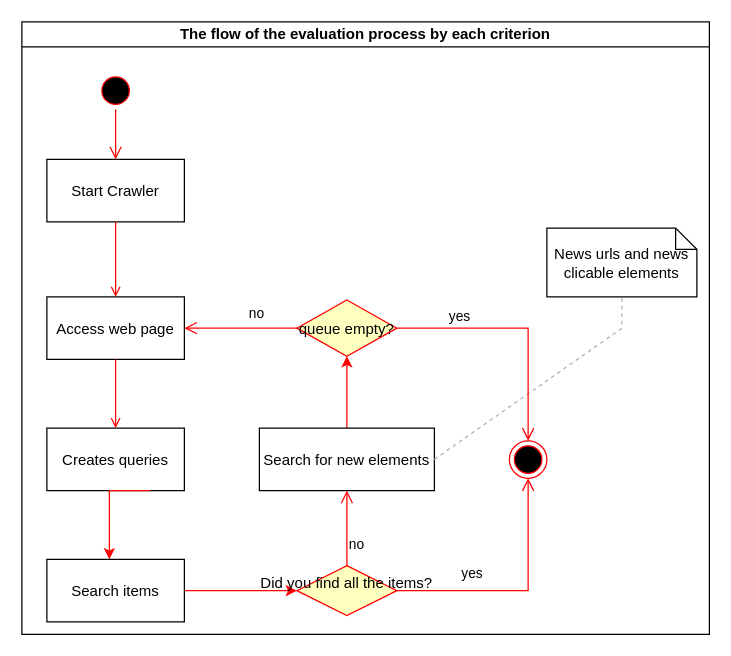
Earlier version of the draw.io diagram resources/fluxo_bfs_avaliacao.drawio (joserafael97/auditor-crawler). Source tidied: cells renumbered, new cells numbered last; positions are measured from the earlier drawing's top-left corner, leaving out a move shared by most shapes. Both pictures are drawn from the tidied source at 125%, with x=0, y=0 at pixel (21, 21).
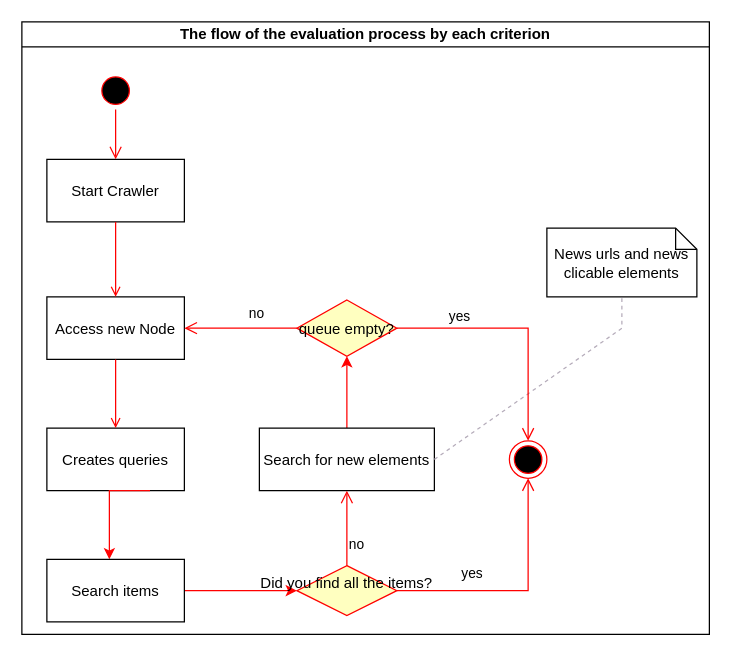
After the change.

Commit message (it also covers changes not shown here):
correção diagrama

Unchanged cells that the change refers to:
```xml
<mxCell id="2" value="The flow of the evaluation process by each criterion" style="swimlane;whiteSpace=wrap;startSize=20;" parent="1" vertex="1">
  <mxGeometry width="550" height="490" as="geometry" />
</mxCell>
```

Diff of the diagram source:
```diff
@@
-    <mxCell id="5" value="Access web page" parent="2" vertex="1">
+    <mxCell id="5" value="Access new Node" parent="2" vertex="1">
       <mxGeometry x="20" y="220" width="110" height="50" as="geometry" />
     </mxCell>
```
